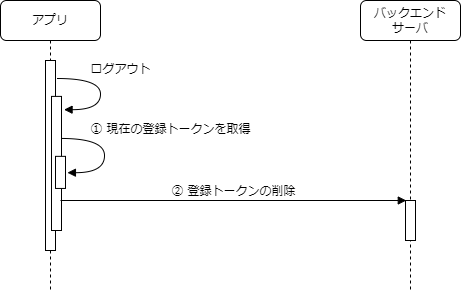
Above: website/docs/react-native/santoku/application-architecture/push-notification/remove-token.drawio.png in ws-4020/mobile-app-crib-notes (draw.io), before the change. Source tidied: cells renumbered, new cells last; positions are measured from the earlier drawing's top-left corner, leaving out a move shared by most shapes. Source of this version:
```xml
<mxGraphModel>
  <root>
    <mxCell id="0" />
    <mxCell id="1" parent="0" />
    <mxCell id="2" value="アプリ" style="shape=umlLifeline;perimeter=lifelinePerimeter;whiteSpace=wrap;html=1;rounded=1;shadow=0;comic=0;labelBackgroundColor=none;strokeWidth=1;fontFamily=Verdana;fontSize=12;align=center;" parent="1" vertex="1">
      <mxGeometry width="100" height="290" as="geometry" />
    </mxCell>
    <mxCell id="3" style="html=1;perimeter=orthogonalPerimeter;rounded=0;shadow=0;comic=0;labelBackgroundColor=none;strokeWidth=1;fontFamily=Verdana;fontSize=12;align=center;" parent="2" vertex="1">
      <mxGeometry x="45" y="60" width="10" height="190" as="geometry" />
    </mxCell>
    <mxCell id="4" style="html=1;points=[];perimeter=orthogonalPerimeter;rounded=0;shadow=0;comic=0;labelBackgroundColor=none;strokeWidth=1;fontFamily=Verdana;fontSize=12;align=center;" parent="2" vertex="1">
      <mxGeometry x="51" y="95.9" width="10" height="134.1" as="geometry" />
    </mxCell>
    <mxCell id="5" value="ログアウト" style="html=1;verticalAlign=bottom;endArrow=block;labelBackgroundColor=none;fontFamily=Verdana;fontSize=12;elbow=vertical;edgeStyle=orthogonalEdgeStyle;curved=1;exitX=1.038;exitY=0.345;exitPerimeter=0;entryX=1.256;entryY=0.099;entryDx=0;entryDy=0;entryPerimeter=0;" parent="2" edge="1" target="4">
      <mxGeometry x="-0.22" y="20" relative="1" as="geometry">
        <mxPoint x="56.4" y="78" as="sourcePoint" />
        <Array as="points">
          <mxPoint x="100" y="78" />
          <mxPoint x="100" y="109" />
        </Array>
      </mxGeometry>
    </mxCell>
    <mxCell id="6" style="html=1;points=[];perimeter=orthogonalPerimeter;rounded=0;shadow=0;comic=0;labelBackgroundColor=none;strokeWidth=1;fontFamily=Verdana;fontSize=12;align=center;" parent="2" vertex="1">
      <mxGeometry x="55" y="155.8" width="10" height="32.1" as="geometry" />
    </mxCell>
    <mxCell id="7" value="① 現在の登録トークンを取得" style="html=1;verticalAlign=bottom;endArrow=block;labelBackgroundColor=none;fontFamily=Verdana;fontSize=12;elbow=vertical;edgeStyle=orthogonalEdgeStyle;curved=1;exitX=1.038;exitY=0.345;exitPerimeter=0;entryX=1.192;entryY=0.509;entryDx=0;entryDy=0;entryPerimeter=0;" parent="2" edge="1" target="6">
      <mxGeometry x="-0.24" y="66" relative="1" as="geometry">
        <mxPoint x="60.4" y="137.9" as="sourcePoint" />
        <Array as="points">
          <mxPoint x="104" y="137.9" />
          <mxPoint x="104" y="171.9" />
        </Array>
      </mxGeometry>
    </mxCell>
    <mxCell id="8" value="バックエンド&lt;br&gt;サーバ" style="shape=umlLifeline;perimeter=lifelinePerimeter;whiteSpace=wrap;html=1;rounded=1;shadow=0;comic=0;labelBackgroundColor=none;strokeWidth=1;fontFamily=Verdana;fontSize=12;align=center;" parent="1" vertex="1">
      <mxGeometry x="360" width="100" height="290" as="geometry" />
    </mxCell>
    <mxCell id="9" style="html=1;points=[];perimeter=orthogonalPerimeter;rounded=0;shadow=0;comic=0;labelBackgroundColor=none;strokeWidth=1;fontFamily=Verdana;fontSize=12;align=center;" parent="8" vertex="1">
      <mxGeometry x="45" y="200" width="10" height="40" as="geometry" />
    </mxCell>
    <mxCell id="10" value="② 登録トークンの削除" style="html=1;verticalAlign=bottom;endArrow=block;labelBackgroundColor=none;fontFamily=Verdana;fontSize=12;edgeStyle=elbowEdgeStyle;elbow=vertical;entryX=0.079;entryY=0.002;entryDx=0;entryDy=0;entryPerimeter=0;" parent="1" edge="1" target="9">
      <mxGeometry relative="1" as="geometry">
        <mxPoint x="60" y="200" as="sourcePoint" />
      </mxGeometry>
    </mxCell>
  </root>
</mxGraphModel>
```
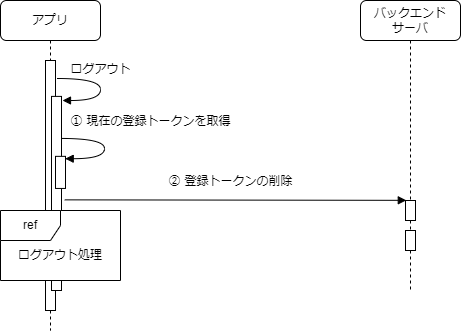
After the commit.

The edit, as a diff of the source:
```diff
@@ -3,45 +3,54 @@
     <mxCell id="0" />
     <mxCell id="1" parent="0" />
     <mxCell id="2" value="アプリ" style="shape=umlLifeline;perimeter=lifelinePerimeter;whiteSpace=wrap;html=1;rounded=1;shadow=0;comic=0;labelBackgroundColor=none;strokeWidth=1;fontFamily=Verdana;fontSize=12;align=center;" parent="1" vertex="1">
-      <mxGeometry width="100" height="290" as="geometry" />
+      <mxGeometry width="100" height="330" as="geometry" />
     </mxCell>
     <mxCell id="3" style="html=1;perimeter=orthogonalPerimeter;rounded=0;shadow=0;comic=0;labelBackgroundColor=none;strokeWidth=1;fontFamily=Verdana;fontSize=12;align=center;" parent="2" vertex="1">
-      <mxGeometry x="45" y="60" width="10" height="190" as="geometry" />
+      <mxGeometry x="45" y="60" width="10" height="250" as="geometry" />
     </mxCell>
     <mxCell id="4" style="html=1;points=[];perimeter=orthogonalPerimeter;rounded=0;shadow=0;comic=0;labelBackgroundColor=none;strokeWidth=1;fontFamily=Verdana;fontSize=12;align=center;" parent="2" vertex="1">
-      <mxGeometry x="51" y="95.9" width="10" height="134.1" as="geometry" />
+      <mxGeometry x="51" y="95.9" width="10" height="194.1" as="geometry" />
     </mxCell>
-    <mxCell id="5" value="ログアウト" style="html=1;verticalAlign=bottom;endArrow=block;labelBackgroundColor=none;fontFamily=Verdana;fontSize=12;elbow=vertical;edgeStyle=orthogonalEdgeStyle;curved=1;exitX=1.038;exitY=0.345;exitPerimeter=0;entryX=1.256;entryY=0.099;entryDx=0;entryDy=0;entryPerimeter=0;" parent="2" edge="1" target="4">
-      <mxGeometry x="-0.22" y="20" relative="1" as="geometry">
+    <mxCell id="5" value="ログアウト" style="html=1;verticalAlign=bottom;endArrow=block;labelBackgroundColor=none;fontFamily=Verdana;fontSize=12;elbow=vertical;edgeStyle=orthogonalEdgeStyle;curved=1;exitX=1.038;exitY=0.345;exitPerimeter=0;" parent="2" edge="1">
+      <mxGeometry x="-0.16" relative="1" as="geometry">
         <mxPoint x="56.4" y="78" as="sourcePoint" />
+        <mxPoint x="62" y="100" as="targetPoint" />
         <Array as="points">
           <mxPoint x="100" y="78" />
-          <mxPoint x="100" y="109" />
+          <mxPoint x="100" y="100" />
         </Array>
       </mxGeometry>
     </mxCell>
     <mxCell id="6" style="html=1;points=[];perimeter=orthogonalPerimeter;rounded=0;shadow=0;comic=0;labelBackgroundColor=none;strokeWidth=1;fontFamily=Verdana;fontSize=12;align=center;" parent="2" vertex="1">
       <mxGeometry x="55" y="155.8" width="10" height="32.1" as="geometry" />
     </mxCell>
-    <mxCell id="7" value="① 現在の登録トークンを取得" style="html=1;verticalAlign=bottom;endArrow=block;labelBackgroundColor=none;fontFamily=Verdana;fontSize=12;elbow=vertical;edgeStyle=orthogonalEdgeStyle;curved=1;exitX=1.038;exitY=0.345;exitPerimeter=0;entryX=1.192;entryY=0.509;entryDx=0;entryDy=0;entryPerimeter=0;" parent="2" edge="1" target="6">
-      <mxGeometry x="-0.24" y="66" relative="1" as="geometry">
+    <mxCell id="7" value="① 現在の登録トークンを取得" style="html=1;verticalAlign=bottom;endArrow=block;labelBackgroundColor=none;fontFamily=Verdana;fontSize=12;elbow=vertical;edgeStyle=orthogonalEdgeStyle;curved=1;exitX=1.038;exitY=0.345;exitPerimeter=0;entryX=0.971;entryY=0.073;entryDx=0;entryDy=0;entryPerimeter=0;" parent="2" edge="1" target="6">
+      <mxGeometry x="-0.15" y="47" relative="1" as="geometry">
         <mxPoint x="60.4" y="137.9" as="sourcePoint" />
         <Array as="points">
-          <mxPoint x="104" y="137.9" />
-          <mxPoint x="104" y="171.9" />
+          <mxPoint x="104" y="138" />
+          <mxPoint x="104" y="158" />
         </Array>
+        <mxPoint x="-1" y="-8" as="offset" />
       </mxGeometry>
     </mxCell>
     <mxCell id="8" value="バックエンド&lt;br&gt;サーバ" style="shape=umlLifeline;perimeter=lifelinePerimeter;whiteSpace=wrap;html=1;rounded=1;shadow=0;comic=0;labelBackgroundColor=none;strokeWidth=1;fontFamily=Verdana;fontSize=12;align=center;" parent="1" vertex="1">
       <mxGeometry x="360" width="100" height="290" as="geometry" />
     </mxCell>
     <mxCell id="9" style="html=1;points=[];perimeter=orthogonalPerimeter;rounded=0;shadow=0;comic=0;labelBackgroundColor=none;strokeWidth=1;fontFamily=Verdana;fontSize=12;align=center;" parent="8" vertex="1">
-      <mxGeometry x="45" y="200" width="10" height="40" as="geometry" />
+      <mxGeometry x="45" y="200" width="10" height="20" as="geometry" />
     </mxCell>
+    <mxCell id="11" style="html=1;perimeter=orthogonalPerimeter;rounded=0;shadow=0;comic=0;labelBackgroundColor=none;strokeWidth=1;fontFamily=Verdana;fontSize=12;align=center;" parent="8" vertex="1">
+      <mxGeometry x="45" y="230" width="10" height="20" as="geometry" />
+    </mxCell>
-    <mxCell id="10" value="② 登録トークンの削除" style="html=1;verticalAlign=bottom;endArrow=block;labelBackgroundColor=none;fontFamily=Verdana;fontSize=12;edgeStyle=elbowEdgeStyle;elbow=vertical;entryX=0.079;entryY=0.002;entryDx=0;entryDy=0;entryPerimeter=0;" parent="1" edge="1" target="9">
-      <mxGeometry relative="1" as="geometry">
-        <mxPoint x="60" y="200" as="sourcePoint" />
-      </mxGeometry>
+    <mxCell id="10" value="② 登録トークンの削除" style="html=1;verticalAlign=bottom;endArrow=block;labelBackgroundColor=none;fontFamily=Verdana;fontSize=12;edgeStyle=elbowEdgeStyle;elbow=vertical;entryX=0.079;entryY=0.002;entryDx=0;entryDy=0;entryPerimeter=0;exitX=1.32;exitY=0.533;exitDx=0;exitDy=0;exitPerimeter=0;" parent="1" edge="1" source="4" target="9">
+      <mxGeometry x="-0.03" y="10" relative="1" as="geometry" />
     </mxCell>
+    <mxCell id="12" value="ref" style="shape=umlFrame;whiteSpace=wrap;html=1;fillColor=default;gradientColor=none;sketch=0;shadow=0;swimlaneFillColor=#ffffff;" parent="1" vertex="1">
+      <mxGeometry y="210" width="120" height="70" as="geometry" />
+    </mxCell>
+    <mxCell id="13" value="ログアウト処理" style="text;html=1;strokeColor=none;fillColor=none;align=center;verticalAlign=middle;whiteSpace=wrap;rounded=0;shadow=0;sketch=0;" parent="1" vertex="1">
+      <mxGeometry x="5" y="240" width="110" height="30" as="geometry" />
+    </mxCell>
   </root>
 </mxGraphModel>
```
